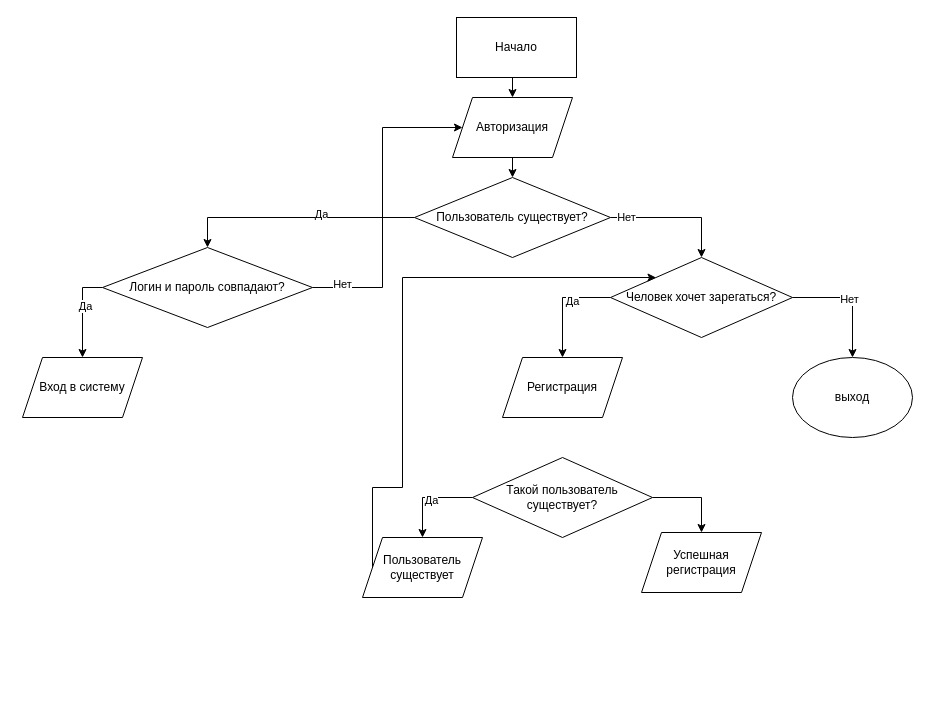
Anasikus/FlowersLife keeps this draw.io diagram as blockSchema.drawio. Above is the earlier version. Source tidied: cells renumbered, new cells numbered last; positions are measured from the earlier drawing's top-left corner, leaving out a move shared by most shapes. Both pictures are drawn from the tidied source at 100%, with x=0, y=0 at pixel (22, 17).
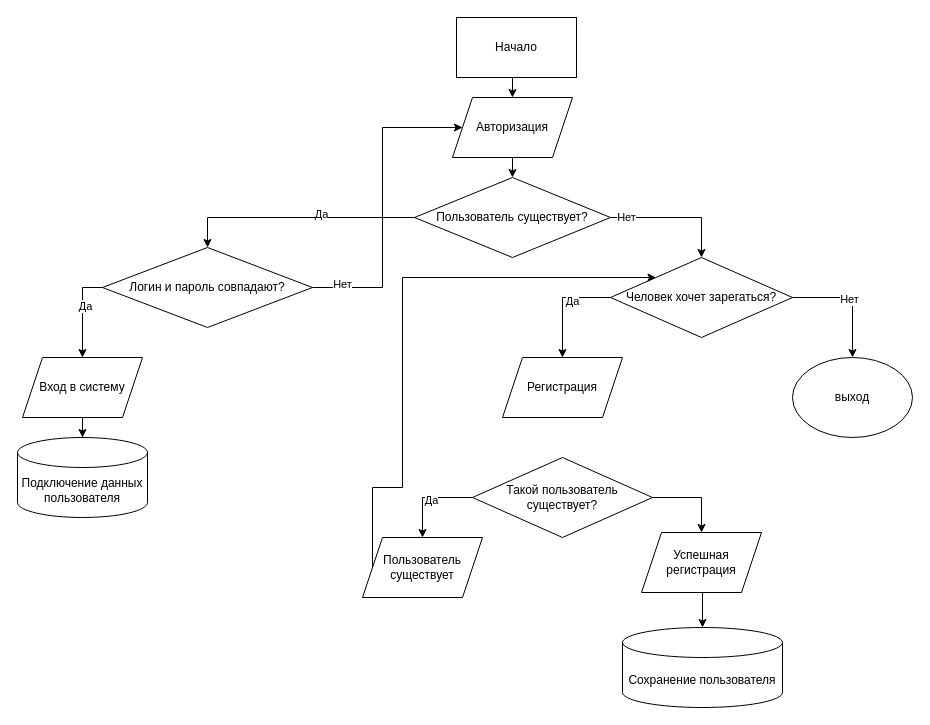
The same page after the edit.

The change refers to these unchanged cells:
```xml
<mxCell id="16" value="Вход в систему" style="shape=parallelogram;perimeter=parallelogramPerimeter;whiteSpace=wrap;html=1;fixedSize=1;" parent="1" vertex="1">
  <mxGeometry y="340" width="120" height="60" as="geometry" />
</mxCell>
<mxCell id="28" value="Успешная регистрация" style="shape=parallelogram;perimeter=parallelogramPerimeter;whiteSpace=wrap;html=1;fixedSize=1;" parent="1" vertex="1">
  <mxGeometry x="619" y="515" width="120" height="60" as="geometry" />
</mxCell>
```

The edit, as a diff of the source:
```diff
@@
+    <mxCell id="31" style="edgeStyle=orthogonalEdgeStyle;rounded=0;jettySize=auto;html=1;exitX=0.5;exitY=1;exitDx=0;exitDy=0;" parent="1" edge="1" source="16" target="34">
+      <mxGeometry relative="1" as="geometry" />
+    </mxCell>
@@
+    <mxCell id="32" value="Сохранение пользователя" style="shape=cylinder3;whiteSpace=wrap;html=1;boundedLbl=1;backgroundOutline=1;size=15;" parent="1" vertex="1">
+      <mxGeometry x="600" y="610" width="160" height="80" as="geometry" />
+    </mxCell>
+    <mxCell id="33" style="edgeStyle=orthogonalEdgeStyle;rounded=0;jettySize=auto;html=1;exitX=0.5;exitY=1;exitDx=0;exitDy=0;entryX=0.5;entryY=0;entryDx=0;entryDy=0;entryPerimeter=0;" parent="1" edge="1" source="28" target="32">
+      <mxGeometry relative="1" as="geometry" />
+    </mxCell>
+    <mxCell id="34" value="Подключение данных пользователя" style="shape=cylinder3;whiteSpace=wrap;html=1;boundedLbl=1;backgroundOutline=1;size=15;" parent="1" vertex="1">
+      <mxGeometry x="-5" y="420" width="130" height="80" as="geometry" />
+    </mxCell>
```
